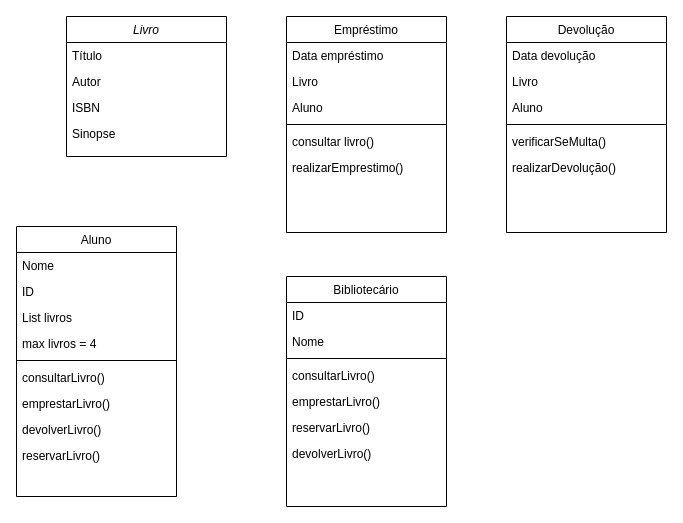
coelhos-gabi/projeto-oo keeps this draw.io diagram as Untitled Diagram.drawio. Above is the earlier version. Source tidied: cells renumbered, new cells numbered last; positions are measured from the earlier drawing's top-left corner, leaving out a move shared by most shapes. Both pictures are drawn from the tidied source at 100%, with x=0, y=0 at pixel (16, 16).
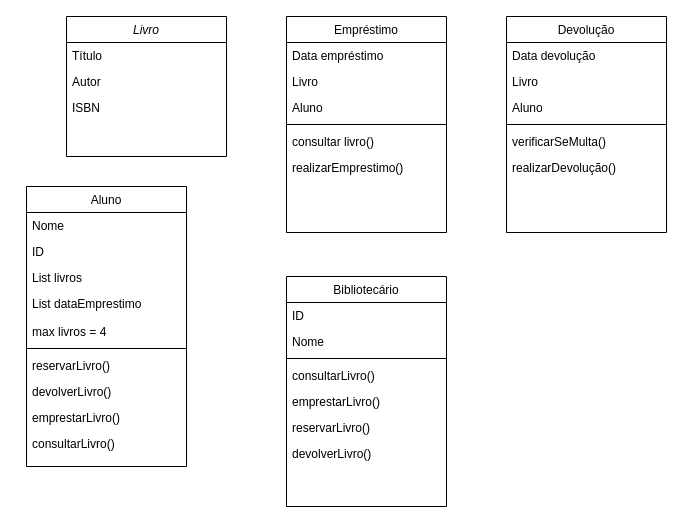
The same page after the edit.

Unchanged cells that the change refers to:
```xml
<mxCell id="2" value="Livro" style="swimlane;fontStyle=2;align=center;verticalAlign=top;horizontal=1;startSize=26;rounded=0;shadow=0;strokeWidth=1;" parent="1" vertex="1">
  <mxGeometry x="50" width="160" height="140" as="geometry" />
</mxCell>
```

The edit, as a diff of the source:
```diff
@@
-    <mxCell id="6" value="Sinopse" style="text;align=left;verticalAlign=top;spacingLeft=4;spacingRight=4;overflow=hidden;rounded=0;shadow=0;html=0;" parent="2" vertex="1">
-      <mxGeometry y="104" width="160" height="26" as="geometry" />
-    </mxCell>
     <mxCell id="7" value="Aluno" style="swimlane;fontStyle=0;align=center;verticalAlign=top;horizontal=1;startSize=26;rounded=0;shadow=0;strokeWidth=1;" parent="1" vertex="1">
-      <mxGeometry y="210" width="160" height="270" as="geometry" />
+      <mxGeometry x="10" y="170" width="160" height="280" as="geometry" />
     </mxCell>
@@
+    <mxCell id="39" value="List dataEmprestimo" style="text;align=left;verticalAlign=top;spacingLeft=4;spacingRight=4;overflow=hidden;" parent="7" vertex="1">
+      <mxGeometry y="104" width="160" height="28" as="geometry" />
+    </mxCell>
     <mxCell id="11" value="max livros = 4" style="text;align=left;verticalAlign=top;spacingLeft=4;spacingRight=4;overflow=hidden;" parent="7" vertex="1">
-      <mxGeometry y="104" width="160" height="26" as="geometry" />
+      <mxGeometry y="132" width="160" height="26" as="geometry" />
     </mxCell>
     <mxCell id="12" style="line;html=1;strokeWidth=1;align=left;verticalAlign=middle;spacingTop=-1;spacingLeft=3;spacingRight=3;labelPosition=right;" parent="7" vertex="1">
-      <mxGeometry y="130" width="160" height="8" as="geometry" />
+      <mxGeometry y="158" width="160" height="8" as="geometry" />
     </mxCell>
+    <mxCell id="16" value="reservarLivro()" style="text;align=left;verticalAlign=top;spacingLeft=4;spacingRight=4;overflow=hidden;" parent="7" vertex="1">
+      <mxGeometry y="166" width="160" height="26" as="geometry" />
+    </mxCell>
+    <mxCell id="15" value="devolverLivro()" style="text;align=left;verticalAlign=top;spacingLeft=4;spacingRight=4;overflow=hidden;" parent="7" vertex="1">
+      <mxGeometry y="192" width="160" height="26" as="geometry" />
+    </mxCell>
+    <mxCell id="14" value="emprestarLivro()" style="text;align=left;verticalAlign=top;spacingLeft=4;spacingRight=4;overflow=hidden;" parent="7" vertex="1">
+      <mxGeometry y="218" width="160" height="26" as="geometry" />
+    </mxCell>
     <mxCell id="13" value="consultarLivro()" style="text;align=left;verticalAlign=top;spacingLeft=4;spacingRight=4;overflow=hidden;" parent="7" vertex="1">
-      <mxGeometry y="138" width="160" height="26" as="geometry" />
+      <mxGeometry y="244" width="160" height="26" as="geometry" />
     </mxCell>
-    <mxCell id="14" value="emprestarLivro()" style="text;align=left;verticalAlign=top;spacingLeft=4;spacingRight=4;overflow=hidden;" parent="7" vertex="1">
-      <mxGeometry y="164" width="160" height="26" as="geometry" />
-    </mxCell>
-    <mxCell id="15" value="devolverLivro()" style="text;align=left;verticalAlign=top;spacingLeft=4;spacingRight=4;overflow=hidden;" parent="7" vertex="1">
-      <mxGeometry y="190" width="160" height="26" as="geometry" />
-    </mxCell>
-    <mxCell id="16" value="reservarLivro()" style="text;align=left;verticalAlign=top;spacingLeft=4;spacingRight=4;overflow=hidden;" parent="7" vertex="1">
-      <mxGeometry y="216" width="160" height="26" as="geometry" />
-    </mxCell>
```
